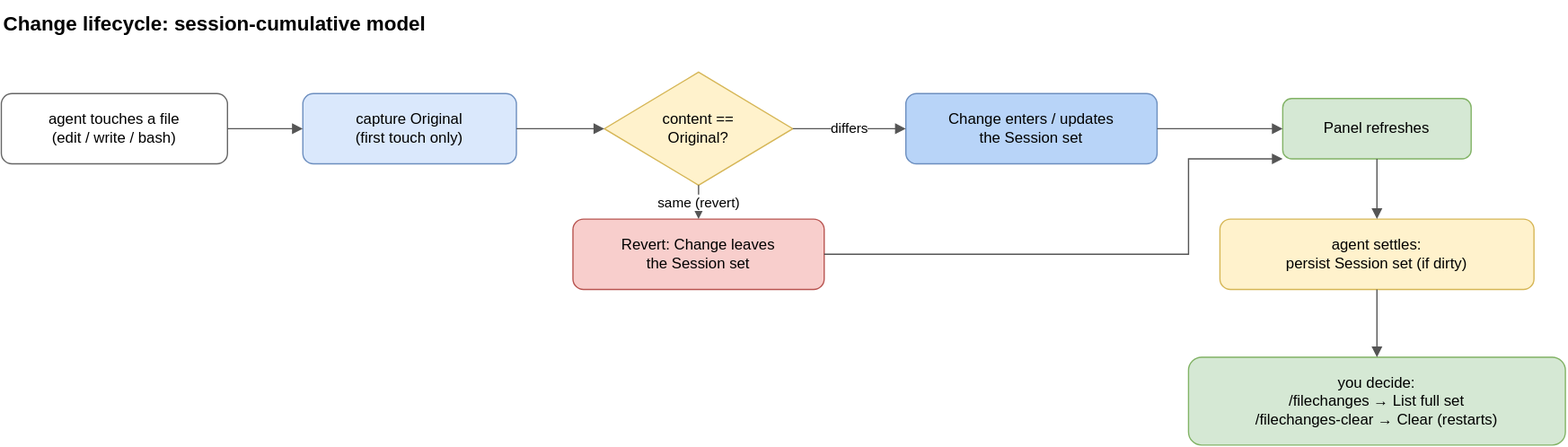
Before: docs/diagrams/filechanges-lifecycle.drawio.svg, a diagram exported from draw.io (luiul/dotfiles). Source tidied: cells renumbered, new cells last; positions are measured from the earlier drawing's top-left corner, leaving out a move shared by most shapes.
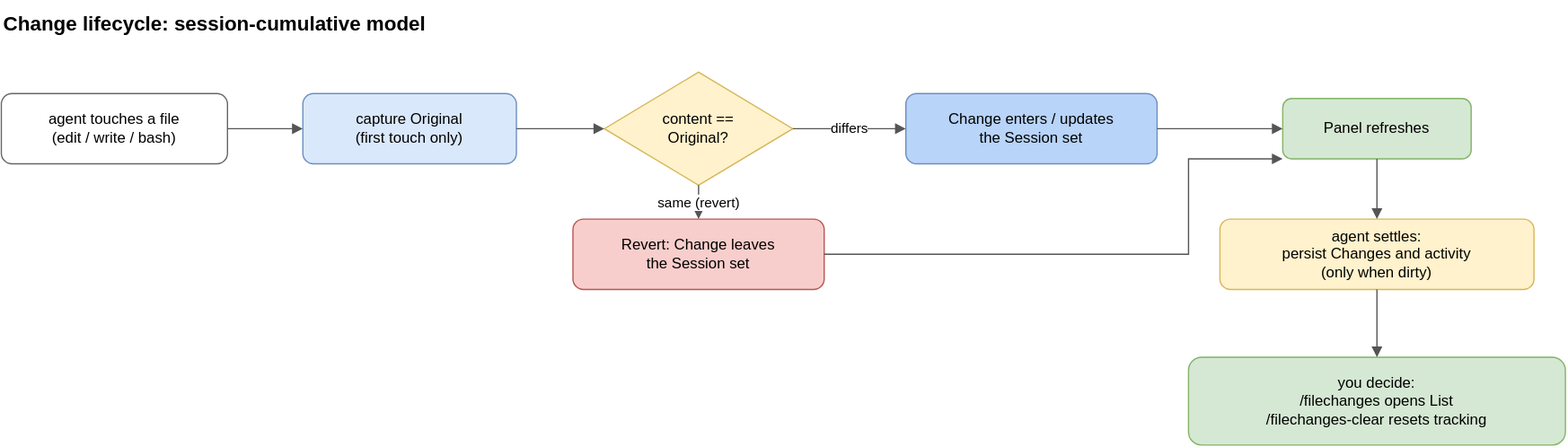
Later version of the same file.

The edit, as a diff of the source:
```diff
@@ -23,10 +23,10 @@
     <mxCell id="8" value="Revert: Change leaves&lt;br&gt;the Session set" style="rounded=1;whiteSpace=wrap;html=1;fillColor=#f8cecc;strokeColor=#b85450;verticalAlign=middle;align=center;fontSize=12;" parent="1" vertex="1">
       <mxGeometry x="455" y="174" width="200" height="56" as="geometry" />
     </mxCell>
-    <mxCell id="9" value="agent settles:&lt;br&gt;persist Session set (if dirty)" style="rounded=1;whiteSpace=wrap;html=1;fillColor=#fff2cc;strokeColor=#d6b656;verticalAlign=middle;align=center;fontSize=12;" parent="1" vertex="1">
+    <mxCell id="9" value="agent settles:&lt;br&gt;persist Changes and activity&lt;br&gt;(only when dirty)" style="rounded=1;whiteSpace=wrap;html=1;fillColor=#fff2cc;strokeColor=#d6b656;verticalAlign=middle;align=center;fontSize=12;" parent="1" vertex="1">
       <mxGeometry x="970" y="174" width="250" height="56" as="geometry" />
     </mxCell>
-    <mxCell id="10" value="you decide:&lt;br&gt;/filechanges → List full set&lt;br&gt;/filechanges-clear → Clear (restarts)" style="rounded=1;whiteSpace=wrap;html=1;fillColor=#d5e8d4;strokeColor=#82b366;verticalAlign=middle;align=center;fontSize=12;" parent="1" vertex="1">
+    <mxCell id="10" value="you decide:&lt;br&gt;/filechanges opens List&lt;br&gt;/filechanges-clear resets tracking" style="rounded=1;whiteSpace=wrap;html=1;fillColor=#d5e8d4;strokeColor=#82b366;verticalAlign=middle;align=center;fontSize=12;" parent="1" vertex="1">
       <mxGeometry x="945" y="284" width="300" height="70" as="geometry" />
     </mxCell>
     <mxCell id="11" style="edgeStyle=orthogonalEdgeStyle;rounded=0;html=1;jettySize=auto;endArrow=block;endFill=1;strokeColor=#555555;fontSize=11;labelBackgroundColor=#ffffff;align=center;verticalAlign=middle;exitX=1;exitY=0.5;exitDx=0;exitDy=0;entryX=0;entryY=0.5;entryDx=0;entryDy=0;" parent="1" edge="1" source="3" target="4">
```
